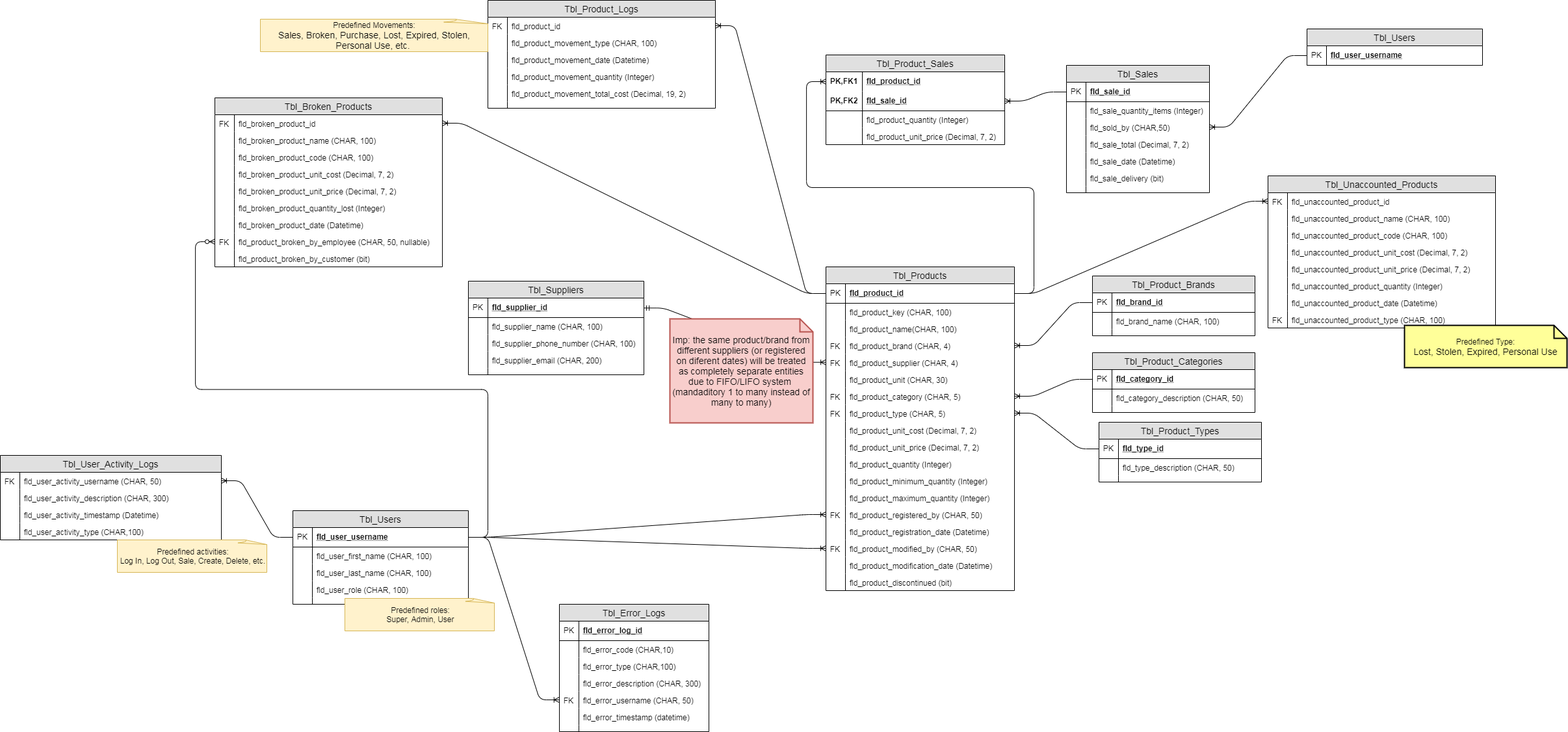
Above: documentation/Entity Diagram.png in Djsiclait/MiniMarketInventoryManagement (draw.io), before the change. Source tidied: cells renumbered, new cells last; positions are measured from the earlier drawing's top-left corner, leaving out a move shared by most shapes.
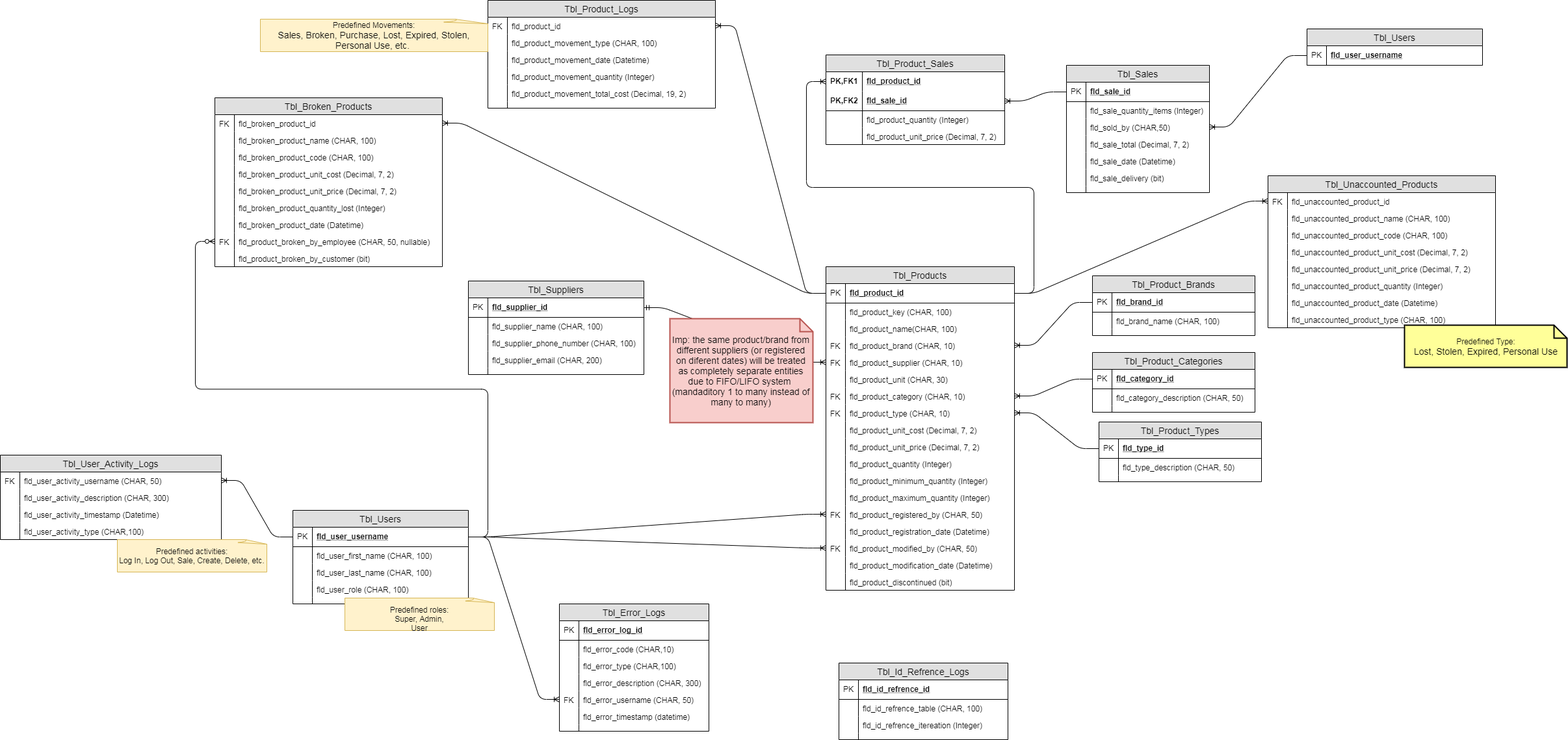
Above is the later version.

What changed in the source:
```diff
@@ -25,13 +25,13 @@
     <mxCell id="8" style="shape=partialRectangle;top=0;left=0;bottom=0;fillColor=none;align=left;verticalAlign=top;spacingLeft=4;spacingRight=4;overflow=hidden;fontSize=12;" parent="7" vertex="1">
       <mxGeometry width="30" height="26" as="geometry" />
     </mxCell>
-    <mxCell id="9" value="fld_product_brand (CHAR, 4)" style="shape=partialRectangle;top=0;left=0;right=0;bottom=0;align=left;verticalAlign=top;fillColor=none;spacingLeft=34;spacingRight=4;overflow=hidden;points=[[0,0.5],[1,0.5]];portConstraint=eastwest;fontSize=12;" parent="2" vertex="1">
+    <mxCell id="9" value="fld_product_brand (CHAR, 10)" style="shape=partialRectangle;top=0;left=0;right=0;bottom=0;align=left;verticalAlign=top;fillColor=none;spacingLeft=34;spacingRight=4;overflow=hidden;points=[[0,0.5],[1,0.5]];portConstraint=eastwest;fontSize=12;" parent="2" vertex="1">
       <mxGeometry y="108" width="290" height="26" as="geometry" />
     </mxCell>
     <mxCell id="10" value="FK" style="shape=partialRectangle;top=0;left=0;bottom=0;fillColor=none;align=left;verticalAlign=top;spacingLeft=4;spacingRight=4;overflow=hidden;fontSize=12;" parent="9" vertex="1">
       <mxGeometry width="30" height="26" as="geometry" />
     </mxCell>
-    <mxCell id="11" value="fld_product_supplier (CHAR, 4) " style="shape=partialRectangle;top=0;left=0;right=0;bottom=0;align=left;verticalAlign=top;fillColor=none;spacingLeft=34;spacingRight=4;overflow=hidden;points=[[0,0.5],[1,0.5]];portConstraint=eastwest;fontSize=12;" parent="2" vertex="1">
+    <mxCell id="11" value="fld_product_supplier (CHAR, 10) " style="shape=partialRectangle;top=0;left=0;right=0;bottom=0;align=left;verticalAlign=top;fillColor=none;spacingLeft=34;spacingRight=4;overflow=hidden;points=[[0,0.5],[1,0.5]];portConstraint=eastwest;fontSize=12;" parent="2" vertex="1">
       <mxGeometry y="134" width="290" height="26" as="geometry" />
     </mxCell>
     <mxCell id="12" value="FK" style="shape=partialRectangle;top=0;left=0;bottom=0;fillColor=none;align=left;verticalAlign=top;spacingLeft=4;spacingRight=4;overflow=hidden;fontSize=12;" parent="11" vertex="1">
@@ -45,7 +45,7 @@
     <mxCell id="14" style="shape=partialRectangle;top=0;left=0;bottom=0;fillColor=none;align=left;verticalAlign=top;spacingLeft=4;spacingRight=4;overflow=hidden;fontSize=12;" parent="13" vertex="1">
       <mxGeometry width="30" height="26" as="geometry" />
     </mxCell>
-    <object id="15" label="fld_product_category (CHAR, 5)" placeholders="1">
+    <object id="15" label="fld_product_category (CHAR, 10)" placeholders="1">
       <mxCell style="shape=partialRectangle;top=0;left=0;right=0;bottom=0;align=left;verticalAlign=top;fillColor=none;spacingLeft=34;spacingRight=4;overflow=hidden;points=[[0,0.5],[1,0.5]];portConstraint=eastwest;fontSize=12;" parent="2" vertex="1">
         <mxGeometry y="186" width="290" height="26" as="geometry" />
       </mxCell>
@@ -53,7 +53,7 @@
     <mxCell id="16" value="FK" style="shape=partialRectangle;top=0;left=0;bottom=0;fillColor=none;align=left;verticalAlign=top;spacingLeft=4;spacingRight=4;overflow=hidden;fontSize=12;" parent="15" vertex="1">
       <mxGeometry width="30" height="26" as="geometry" />
     </mxCell>
-    <object id="17" label="fld_product_type (CHAR, 5)" placeholders="1">
+    <object id="17" label="fld_product_type (CHAR, 10)" placeholders="1">
       <mxCell style="shape=partialRectangle;top=0;left=0;right=0;bottom=0;align=left;verticalAlign=top;fillColor=none;spacingLeft=34;spacingRight=4;overflow=hidden;points=[[0,0.5],[1,0.5]];portConstraint=eastwest;fontSize=12;" parent="2" vertex="1">
         <mxGeometry y="212" width="290" height="26" as="geometry" />
       </mxCell>
@@ -458,7 +458,7 @@
         <mxGeometry y="208" width="350" height="26" as="geometry" />
       </mxCell>
     </object>
-    <mxCell id="136" value="FK" style="shape=partialRectangle;top=0;left=0;bottom=0;fillColor=none;align=left;verticalAlign=top;spacingLeft=4;spacingRight=4;overflow=hidden;fontSize=12;" parent="135" vertex="1">
+    <mxCell id="136" style="shape=partialRectangle;top=0;left=0;bottom=0;fillColor=none;align=left;verticalAlign=top;spacingLeft=4;spacingRight=4;overflow=hidden;fontSize=12;" parent="135" vertex="1">
       <mxGeometry width="30" height="26" as="geometry" />
     </mxCell>
     <mxCell id="137" style="edgeStyle=entityRelationEdgeStyle;fontSize=12;html=1;endArrow=ERoneToMany;" parent="1" edge="1" source="3" target="121">
@@ -656,5 +656,32 @@
     <mxCell id="201" style="edgeStyle=entityRelationEdgeStyle;fontSize=12;html=1;endArrow=ERoneToMany;entryX=0;entryY=0.5;entryDx=0;entryDy=0;" parent="1" edge="1" source="77" target="195">
       <mxGeometry relative="1" as="geometry" />
     </mxCell>
+    <mxCell id="202" value="Tbl_Id_Refrence_Logs" style="swimlane;fontStyle=0;horizontal=1;startSize=26;fillColor=#e0e0e0;swimlaneFillColor=#ffffff;align=center;fontSize=14;" parent="1" vertex="1">
+      <mxGeometry x="1290" y="1020" width="260" height="118" as="geometry" />
+    </mxCell>
+    <mxCell id="203" value="fld_id_refrence_id" style="shape=partialRectangle;top=0;left=0;right=0;bottom=1;align=left;verticalAlign=middle;fillColor=none;spacingLeft=34;spacingRight=4;overflow=hidden;fontStyle=5;fontSize=12;" parent="202" vertex="1">
+      <mxGeometry y="26" width="260" height="30" as="geometry" />
+    </mxCell>
+    <mxCell id="204" value="PK" style="shape=partialRectangle;top=0;left=0;bottom=0;fillColor=none;align=left;verticalAlign=middle;spacingLeft=4;spacingRight=4;overflow=hidden;fontSize=12;" parent="203" vertex="1">
+      <mxGeometry width="30" height="30" as="geometry" />
+    </mxCell>
+    <mxCell id="205" value="fld_id_refrence_table (CHAR, 100)" style="shape=partialRectangle;top=0;left=0;right=0;bottom=0;align=left;verticalAlign=top;fillColor=none;spacingLeft=34;spacingRight=4;overflow=hidden;fontSize=12;" parent="202" vertex="1">
+      <mxGeometry y="56" width="260" height="26" as="geometry" />
+    </mxCell>
+    <mxCell id="206" style="shape=partialRectangle;top=0;left=0;bottom=0;fillColor=none;align=left;verticalAlign=top;spacingLeft=4;spacingRight=4;overflow=hidden;fontSize=12;" parent="205" vertex="1">
+      <mxGeometry width="30" height="26" as="geometry" />
+    </mxCell>
+    <mxCell id="207" value="fld_id_refrence_itereation (Integer)" style="shape=partialRectangle;top=0;left=0;right=0;bottom=0;align=left;verticalAlign=top;fillColor=none;spacingLeft=34;spacingRight=4;overflow=hidden;fontSize=12;" parent="202" vertex="1">
+      <mxGeometry y="82" width="260" height="26" as="geometry" />
+    </mxCell>
+    <mxCell id="208" style="shape=partialRectangle;top=0;left=0;bottom=0;fillColor=none;align=left;verticalAlign=top;spacingLeft=4;spacingRight=4;overflow=hidden;fontSize=12;" parent="207" vertex="1">
+      <mxGeometry width="30" height="26" as="geometry" />
+    </mxCell>
+    <mxCell id="209" style="shape=partialRectangle;top=0;left=0;right=0;bottom=0;align=left;verticalAlign=top;fillColor=none;spacingLeft=34;spacingRight=4;overflow=hidden;fontSize=12;" parent="202" vertex="1">
+      <mxGeometry y="108" width="260" height="10" as="geometry" />
+    </mxCell>
+    <mxCell id="210" style="shape=partialRectangle;top=0;left=0;bottom=0;fillColor=none;align=left;verticalAlign=top;spacingLeft=4;spacingRight=4;overflow=hidden;fontSize=12;" parent="209" vertex="1">
+      <mxGeometry width="30" height="10" as="geometry" />
+    </mxCell>
   </root>
 </mxGraphModel>
```
